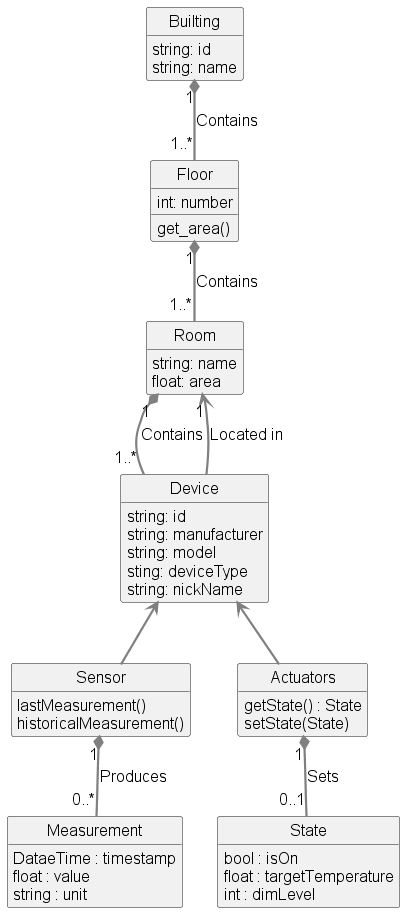
This is Domain.png from Eivindma/ing301_project_v26_gruppe_9, a PlantUML export, as it was before one commit.
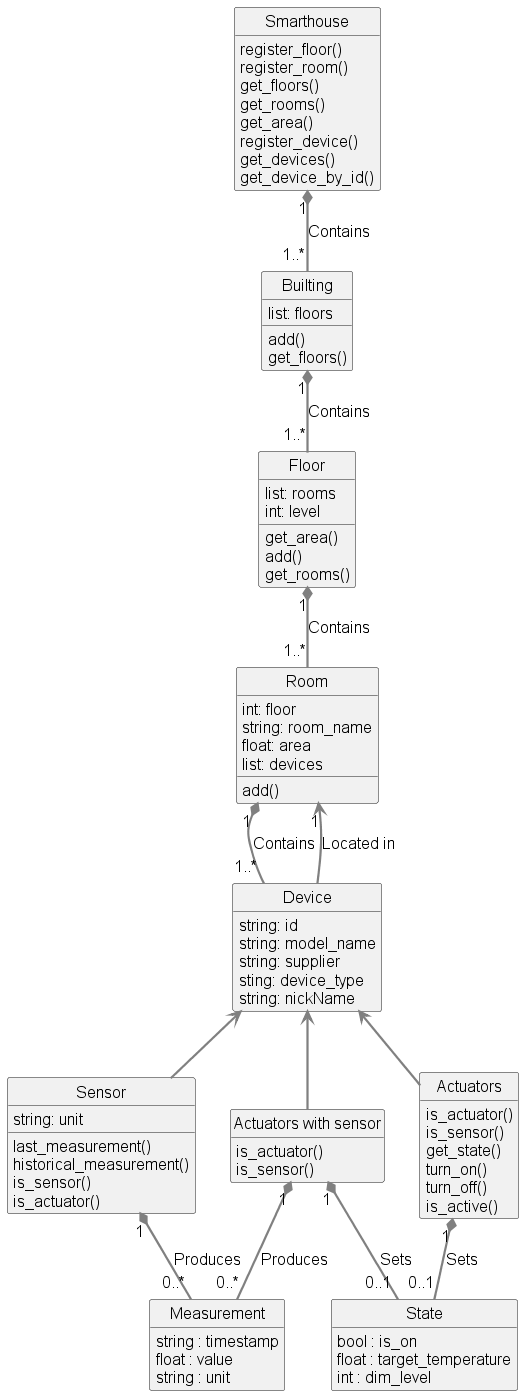
After the change.

Diff of the diagram source:
```diff
@@ -9,51 +9,83 @@
 
 
 class "Builting" as building {
-string: id
-string: name
+list: floors
+add()
+get_floors()
 }
 
 class "Floor" as floor {
-int: number
+list: rooms
+int: level
 get_area()
+add()
+get_rooms()
+
 
 }
 
 class "Room" as room {
-string: name
+int: floor
+string: room_name
 float: area
+list: devices
+add()
 }
 
 class "Device" as device {
 string: id
-string: manufacturer
-string: model
-sting: deviceType
+string: model_name
+string: supplier
+sting: device_type
 string: nickName
 }
 
 class "Sensor" as sensor {
-lastMeasurement()
-historicalMeasurement()
+string: unit
+last_measurement()
+historical_measurement()
+is_sensor()
+is_actuator()
 }
 
 Class "Actuators" as actuator {
-getState() : State
-setState(State)
+is_actuator()
+is_sensor()
+get_state()
+turn_on()
+turn_off()
+is_active()
+}
+
+Class "Actuators with sensor" as actuator_with_sensor {
+is_actuator()
+is_sensor()
 }
 
 Class "Measurement" as meas {
-DataeTime : timestamp
+string : timestamp
 float : value
 string : unit
 }
 
 Class "State" as state {
-bool : isOn
-float : targetTemperature
-int : dimLevel
+bool : is_on
+float : target_temperature
+int : dim_level
 }
 
+Class "Smarthouse" as smarthouse {
+register_floor()
+register_room()
+get_floors()
+get_rooms()
+get_area()
+register_device()
+get_devices()
+get_device_by_id()
+}
+
+smarthouse "1" *-- "1..*" building : Contains
 
 building "1" *-- "1..*" floor : Contains
 
@@ -67,10 +99,16 @@
 
 device  <--  actuator
 
+device  <--  actuator_with_sensor
+
 sensor "1" *-- "0..*" meas : Produces
 
 actuator "1" *-- "0..1" state : Sets
 
+actuator_with_sensor "1" *-- "0..*" meas : Produces
+
+actuator_with_sensor "1" *-- "0..1" state : Sets
+
 
 
 @enduml
```
